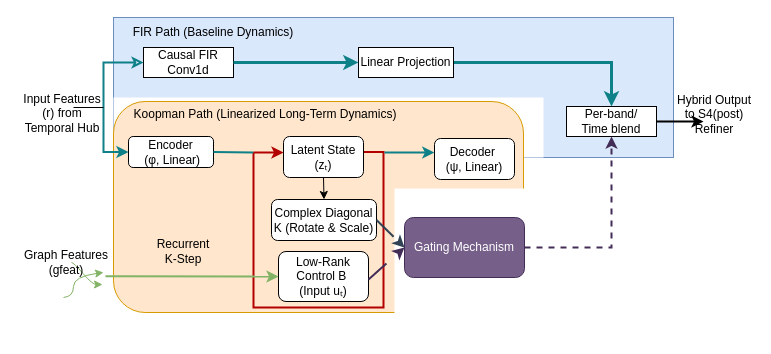
Earlier version of the draw.io diagram src/Kopame.drawio (drchk/Timeseries_fuction). Source tidied: cells renumbered, new cells numbered last; positions are measured from the earlier drawing's top-left corner, leaving out a move shared by most shapes. Both pictures are drawn from the tidied source at 100%, with x=0, y=0 at pixel (17, 17).
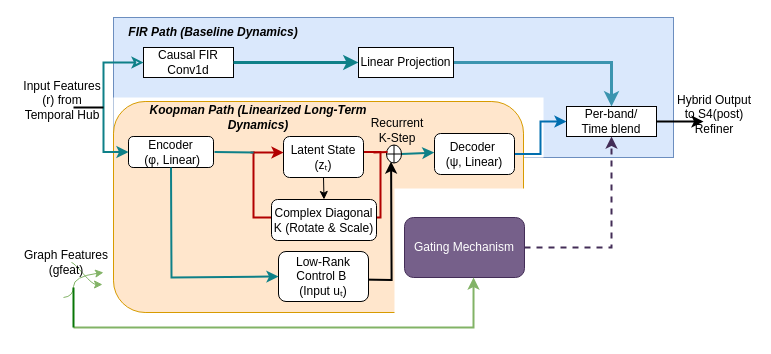
The same diagram, later.

The change refers to these unchanged cells:
```xml
<mxCell id="6" value="Linear Projection" style="rounded=0;whiteSpace=wrap;html=1;" parent="1" vertex="1">
  <mxGeometry x="341" y="30" width="95" height="30" as="geometry" />
</mxCell>
<mxCell id="7" value="Per-band/&lt;div&gt;Time blend&lt;/div&gt;" style="rounded=0;whiteSpace=wrap;html=1;" parent="1" vertex="1">
  <mxGeometry x="549" y="89" width="90" height="30" as="geometry" />
</mxCell>
<mxCell id="12" value="Encoder&lt;div&gt;&amp;nbsp;(φ, Linear)&lt;/div&gt;" style="rounded=1;whiteSpace=wrap;html=1;" parent="1" vertex="1">
  <mxGeometry x="111" y="119" width="85" height="31" as="geometry" />
</mxCell>
<mxCell id="15" value="Complex Diagonal K (Rotate &amp;amp; Scale)" style="rounded=1;whiteSpace=wrap;html=1;" parent="1" vertex="1">
  <mxGeometry x="254" y="182" width="105" height="41" as="geometry" />
</mxCell>
<mxCell id="16" value="Low-Rank Control B&amp;nbsp;&lt;div&gt;(Input uₜ)&lt;/div&gt;" style="rounded=1;whiteSpace=wrap;html=1;" parent="1" vertex="1">
  <mxGeometry x="261" y="234" width="90" height="50" as="geometry" />
</mxCell>
<mxCell id="18" style="rounded=0;whiteSpace=wrap;html=1;strokeColor=none;" parent="1" vertex="1">
  <mxGeometry x="377" y="171" width="130" height="140" as="geometry" />
</mxCell>
<mxCell id="20" value="Gating Mechanism" style="rounded=1;whiteSpace=wrap;html=1;fillColor=#76608a;fontColor=#ffffff;strokeColor=#432D57;" parent="1" vertex="1">
  <mxGeometry x="387" y="200" width="120" height="60" as="geometry" />
</mxCell>
<mxCell id="28" value="Graph Features (gfeat)" style="text;html=1;whiteSpace=wrap;strokeColor=none;fillColor=none;align=center;verticalAlign=middle;rounded=0;" parent="1" vertex="1">
  <mxGeometry x="1" y="230" width="96" height="30" as="geometry" />
</mxCell>
```

The edit, as a diff of the source:
```diff
@@
-    <mxCell id="3" value="FIR Path (Baseline Dynamics)" style="text;html=1;whiteSpace=wrap;strokeColor=none;fillColor=none;align=center;verticalAlign=middle;rounded=0;" parent="1" vertex="1">
+    <mxCell id="3" value="&lt;b&gt;&lt;i&gt;FIR Path (Baseline Dynamics)&lt;/i&gt;&lt;/b&gt;" style="text;html=1;whiteSpace=wrap;strokeColor=none;fillColor=none;align=center;verticalAlign=middle;rounded=0;" parent="1" vertex="1">
       <mxGeometry x="96" width="200" height="30" as="geometry" />
     </mxCell>
@@
-    <mxCell id="5" style="edgeStyle=orthogonalEdgeStyle;rounded=0;jettySize=auto;html=1;exitX=1;exitY=0.5;exitDx=0;exitDy=0;strokeWidth=3;fillColor=#b0e3e6;strokeColor=#0e8088;" parent="1" edge="1" source="6" target="7">
+    <mxCell id="5" style="edgeStyle=orthogonalEdgeStyle;rounded=0;jettySize=auto;html=1;exitX=1;exitY=0.5;exitDx=0;exitDy=0;strokeWidth=3;fillColor=#1ba1e2;strokeColor=#3B94AF;" parent="1" edge="1" source="6" target="7">
       <mxGeometry relative="1" as="geometry" />
     </mxCell>
@@
-    <mxCell id="11" value="Koopman Path (Linearized Long-Term Dynamics)" style="text;html=1;whiteSpace=wrap;strokeColor=none;fillColor=none;align=center;verticalAlign=middle;rounded=0;" parent="1" vertex="1">
-      <mxGeometry x="98" y="82" width="300" height="30" as="geometry" />
+    <mxCell id="11" value="&lt;i&gt;&lt;b&gt;Koopman Path (Linearized Long-Term Dynamics)&lt;/b&gt;&lt;/i&gt;" style="text;html=1;whiteSpace=wrap;strokeColor=none;fillColor=none;align=center;verticalAlign=middle;rounded=0;" parent="1" vertex="1">
+      <mxGeometry x="122" y="85" width="238" height="30" as="geometry" />
     </mxCell>
@@
     <mxCell id="13" style="edgeStyle=orthogonalEdgeStyle;rounded=0;orthogonalLoop=1;jettySize=auto;html=1;exitX=1;exitY=0.5;exitDx=0;exitDy=0;endArrow=none;endFill=0;fillColor=#e51400;strokeColor=#B20000;strokeWidth=2;" parent="1" edge="1">
       <mxGeometry relative="1" as="geometry">
-        <mxPoint x="346" y="134.5" as="sourcePoint" />
-        <mxPoint x="236" y="135" as="targetPoint" />
+        <mxPoint x="343" y="134.5" as="sourcePoint" />
+        <mxPoint x="233" y="135" as="targetPoint" />
         <Array as="points">
-          <mxPoint x="366" y="135" />
-          <mxPoint x="366" y="290" />
-          <mxPoint x="236" y="290" />
+          <mxPoint x="363" y="135" />
+          <mxPoint x="363" y="200" />
+          <mxPoint x="236" y="200" />
+          <mxPoint x="236" y="135" />
         </Array>
       </mxGeometry>
     </mxCell>
@@
+    <mxCell id="37" style="edgeStyle=orthogonalEdgeStyle;rounded=0;orthogonalLoop=1;jettySize=auto;html=1;exitX=1;exitY=0.5;exitDx=0;exitDy=0;entryX=1;entryY=1;entryDx=0;entryDy=0;strokeWidth=2;" parent="1" edge="1">
+      <mxGeometry relative="1" as="geometry">
+        <mxPoint x="342" y="262" as="sourcePoint" />
+        <mxPoint x="373.6" y="144.1" as="targetPoint" />
+      </mxGeometry>
+    </mxCell>
@@
+    <mxCell id="38" style="edgeStyle=orthogonalEdgeStyle;rounded=0;jettySize=auto;html=1;exitX=1;exitY=0.5;exitDx=0;exitDy=0;entryX=0;entryY=0.5;entryDx=0;entryDy=0;fillColor=#1ba1e2;strokeColor=#006EAF;strokeWidth=2;" parent="1" edge="1" source="17" target="7">
+      <mxGeometry relative="1" as="geometry" />
+    </mxCell>
     <mxCell id="17" value="Decoder&amp;nbsp;&lt;div&gt;(ψ, Linear)&lt;/div&gt;" style="rounded=1;whiteSpace=wrap;html=1;" parent="1" vertex="1">
-      <mxGeometry x="417" y="121" width="80" height="41" as="geometry" />
+      <mxGeometry x="417" y="116" width="80" height="41" as="geometry" />
     </mxCell>
@@
-    <mxCell id="22" style="endArrow=none;html=1;rounded=0;" parent="1" edge="1">
+    <mxCell id="22" style="endArrow=none;html=1;rounded=0;strokeWidth=2;" parent="1" edge="1">
       <mxGeometry relative="1" as="geometry">
         <mxPoint x="56" y="90" as="sourcePoint" />
         <mxPoint x="86" y="90" as="targetPoint" />
       </mxGeometry>
     </mxCell>
     <mxCell id="23" value="Input Features (r) from Temporal Hub" style="text;html=1;whiteSpace=wrap;strokeColor=none;fillColor=none;align=center;verticalAlign=middle;rounded=0;" parent="1" vertex="1">
-      <mxGeometry y="76" width="90" height="40" as="geometry" />
+      <mxGeometry y="63" width="90" height="40" as="geometry" />
     </mxCell>
-    <mxCell id="24" style="endArrow=none;html=1;rounded=0;exitX=1;exitY=0.5;exitDx=0;exitDy=0;fillColor=#b0e3e6;strokeColor=#0e8088;strokeWidth=2;" parent="1" edge="1" source="12">
+    <mxCell id="24" style="endArrow=none;html=1;rounded=0;exitX=1;exitY=0.5;exitDx=0;exitDy=0;fillColor=#b0e3e6;strokeColor=#0e8088;strokeWidth=2;" parent="1" edge="1">
       <mxGeometry relative="1" as="geometry">
-        <mxPoint x="236" y="135" as="targetPoint" />
+        <mxPoint x="197" y="134.5" as="sourcePoint" />
+        <mxPoint x="237" y="135" as="targetPoint" />
       </mxGeometry>
     </mxCell>
@@
-    <mxCell id="29" style="endArrow=classic;html=1;rounded=0;entryX=0;entryY=0.5;entryDx=0;entryDy=0;fillColor=#d5e8d4;gradientColor=#97d077;strokeColor=#82b366;strokeWidth=2;exitX=0.906;exitY=0.956;exitDx=0;exitDy=0;exitPerimeter=0;" parent="1" edge="1" source="28" target="16">
-      <mxGeometry relative="1" as="geometry" />
+    <mxCell id="29" style="endArrow=classic;html=1;rounded=0;entryX=0.608;entryY=0.636;entryDx=0;entryDy=0;fillColor=#d5e8d4;gradientColor=#97d077;strokeColor=#82b366;strokeWidth=2;entryPerimeter=0;" parent="1" edge="1" target="18">
+      <mxGeometry relative="1" as="geometry">
+        <mxPoint x="56" y="310" as="sourcePoint" />
+        <Array as="points">
+          <mxPoint x="456" y="310" />
+        </Array>
+      </mxGeometry>
     </mxCell>
-    <mxCell id="30" style="endArrow=classic;html=1;rounded=0;entryX=0.78;entryY=0.242;entryDx=0;entryDy=0;entryPerimeter=0;strokeWidth=2;fillColor=#b0e3e6;strokeColor=#0e8088;" parent="1" edge="1">
+    <mxCell id="30" style="endArrow=classic;html=1;rounded=0;entryX=0.78;entryY=0.242;entryDx=0;entryDy=0;entryPerimeter=0;strokeWidth=2;fillColor=#b0e3e6;strokeColor=#0e8088;exitX=1;exitY=0.5;exitDx=0;exitDy=0;" parent="1" edge="1" source="41">
       <mxGeometry relative="1" as="geometry">
-        <mxPoint x="367" y="135" as="sourcePoint" />
         <mxPoint x="416.8" y="135.1" as="targetPoint" />
       </mxGeometry>
     </mxCell>
-    <mxCell id="31" style="endArrow=classic;html=1;rounded=0;entryX=0;entryY=0.5;entryDx=0;entryDy=0;dashed=1;dashPattern=12 12;strokeWidth=2;fillColor=#76608a;strokeColor=#432D57;" parent="1" edge="1" target="20">
-      <mxGeometry relative="1" as="geometry">
-        <mxPoint x="351" y="262" as="sourcePoint" />
-      </mxGeometry>
-    </mxCell>
-    <mxCell id="32" style="endArrow=classic;html=1;rounded=0;exitX=1;exitY=0.5;exitDx=0;exitDy=0;entryX=0;entryY=0.5;entryDx=0;entryDy=0;dashed=1;dashPattern=12 12;strokeWidth=2;fillColor=#647687;strokeColor=#314354;" parent="1" edge="1" source="15" target="20">
-      <mxGeometry relative="1" as="geometry" />
-    </mxCell>
@@
     <mxCell id="34" value="Recurrent K-Step" style="text;html=1;whiteSpace=wrap;strokeColor=none;fillColor=none;align=center;verticalAlign=middle;rounded=0;" parent="1" vertex="1">
-      <mxGeometry x="136" y="219" width="60" height="30" as="geometry" />
+      <mxGeometry x="350" y="97.5" width="60" height="30" as="geometry" />
     </mxCell>
@@
+    <mxCell id="39" style="endArrow=classic;html=1;rounded=0;exitX=0.5;exitY=1;exitDx=0;exitDy=0;entryX=0;entryY=0.5;entryDx=0;entryDy=0;strokeWidth=2;fillColor=#b0e3e6;strokeColor=#0e8088;" parent="1" edge="1" source="12" target="16">
+      <mxGeometry relative="1" as="geometry">
+        <Array as="points">
+          <mxPoint x="154" y="260" />
+        </Array>
+      </mxGeometry>
+    </mxCell>
+    <mxCell id="40" style="endArrow=none;html=1;rounded=0;strokeWidth=2;fillColor=#60a917;strokeColor=#087607;" parent="1" edge="1">
+      <mxGeometry relative="1" as="geometry">
+        <mxPoint x="56" y="310" as="sourcePoint" />
+        <mxPoint x="56" y="270" as="targetPoint" />
+      </mxGeometry>
+    </mxCell>
+    <mxCell id="41" style="shape=orEllipse;perimeter=ellipsePerimeter;whiteSpace=wrap;html=1;backgroundOutline=1;" parent="1" vertex="1">
+      <mxGeometry x="369" y="127.5" width="15" height="18" as="geometry" />
+    </mxCell>
+    <mxCell id="42" style="endArrow=none;html=1;rounded=0;entryX=0;entryY=0.5;entryDx=0;entryDy=0;strokeWidth=2;fillColor=#e51400;strokeColor=#B20000;" parent="1" edge="1">
+      <mxGeometry relative="1" as="geometry">
+        <mxPoint x="356" y="135" as="sourcePoint" />
+        <mxPoint x="370" y="134.5" as="targetPoint" />
+      </mxGeometry>
+    </mxCell>
```
